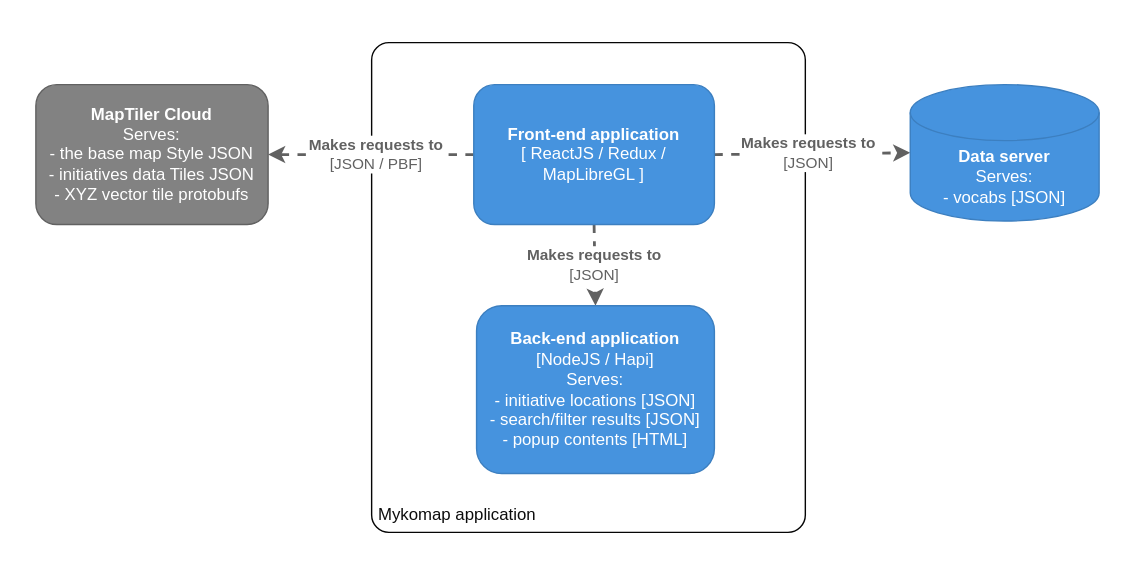
The draw.io diagram docs/images/architecture-system.drawio.svg in DigitalCommons/mykomap-monolith, before a commit. Source tidied: cells renumbered, new cells last; positions are measured from the earlier drawing's top-left corner, leaving out a move shared by most shapes.
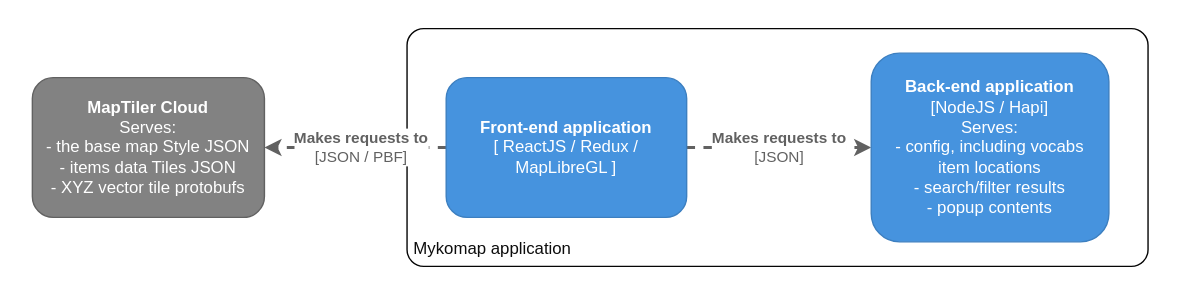
After the change.

Diff of the diagram source:
```diff
@@ -3,37 +3,29 @@
     <mxCell id="0" />
     <mxCell id="1" parent="0" />
     <mxCell id="2" style="rounded=0;whiteSpace=wrap;html=1;labelBackgroundColor=none;strokeColor=none;fontColor=#0D0D0D;fillColor=#FFFFFF;arcSize=4;align=left;verticalAlign=bottom;spacing=5;" parent="1" vertex="1">
-      <mxGeometry width="810" height="410" as="geometry" />
+      <mxGeometry width="840" height="210" as="geometry" />
     </mxCell>
-    <mxCell id="3" value="Mykomap application" style="rounded=1;whiteSpace=wrap;html=1;labelBackgroundColor=none;strokeColor=#050505;fontColor=#0D0D0D;fillColor=#FFFFFF;arcSize=4;align=left;verticalAlign=bottom;spacing=5;" parent="1" vertex="1">
-      <mxGeometry x="265" y="30" width="310" height="350" as="geometry" />
+    <mxCell id="3" value="Mykomap application" style="rounded=1;whiteSpace=wrap;html=1;labelBackgroundColor=none;strokeColor=#050505;fontColor=#0D0D0D;fillColor=#FFFFFF;arcSize=7;align=left;verticalAlign=bottom;spacing=5;" parent="1" vertex="1">
+      <mxGeometry x="290" y="20" width="530" height="170" as="geometry" />
     </mxCell>
     <object id="4" label="&lt;div style=&quot;text-align: left&quot;&gt;&lt;div style=&quot;text-align: center&quot;&gt;&lt;b&gt;%c4Description%&lt;/b&gt;&lt;/div&gt;&lt;div style=&quot;text-align: center&quot;&gt;[%c4Technology%]&lt;/div&gt;&lt;/div&gt;" c4Description="Makes requests to" c4Technology="JSON / PBF" c4Type="Relationship" placeholders="1">
       <mxCell style="edgeStyle=none;rounded=1;html=1;jettySize=auto;strokeColor=#616161;strokeWidth=2;fontColor=#616161;jumpStyle=none;dashed=1;metaData={&quot;c4Type&quot;:{&quot;editable&quot;:false}};labelBackgroundColor=#FFFFFF;exitX=0;exitY=0.5;exitDx=0;exitDy=0;entryX=1;entryY=0.5;entryDx=0;entryDy=0;" parent="1" edge="1" source="7" target="8">
         <mxGeometry x="-0.05" relative="1" as="geometry" />
       </mxCell>
     </object>
-    <object id="5" label="&lt;div style=&quot;text-align: left&quot;&gt;&lt;div style=&quot;text-align: center&quot;&gt;&lt;b&gt;%c4Description%&lt;/b&gt;&lt;/div&gt;&lt;div style=&quot;text-align: center&quot;&gt;[%c4Technology%]&lt;/div&gt;&lt;/div&gt;" c4Description="Makes requests to" c4Technology="JSON" c4Type="Relationship" placeholders="1">
-      <mxCell style="edgeStyle=none;rounded=1;html=1;jettySize=auto;strokeColor=#616161;strokeWidth=2;fontColor=#616161;jumpStyle=none;dashed=1;metaData={&quot;c4Type&quot;:{&quot;editable&quot;:false}};labelBackgroundColor=#FFFFFF;exitX=1;exitY=0.5;exitDx=0;exitDy=0;entryX=0;entryY=0.5;entryDx=0;entryDy=0;entryPerimeter=0;" parent="1" edge="1" source="7" target="10">
-        <mxGeometry x="-0.05" relative="1" as="geometry" />
-      </mxCell>
-    </object>
     <object id="6" label="&lt;div style=&quot;text-align: left&quot;&gt;&lt;div style=&quot;text-align: center&quot;&gt;&lt;b&gt;%c4Description%&lt;/b&gt;&lt;/div&gt;&lt;div style=&quot;text-align: center&quot;&gt;[%c4Technology%]&lt;/div&gt;&lt;/div&gt;" c4Description="Makes requests to" c4Technology="JSON" c4Type="Relationship" placeholders="1">
-      <mxCell style="edgeStyle=none;rounded=1;html=1;jettySize=auto;strokeColor=#616161;strokeWidth=2;fontColor=#616161;jumpStyle=none;dashed=1;metaData={&quot;c4Type&quot;:{&quot;editable&quot;:false}};labelBackgroundColor=#FFFFFF;exitX=0.5;exitY=1;exitDx=0;exitDy=0;entryX=0.5;entryY=0;entryDx=0;entryDy=0;" parent="1" edge="1" source="7" target="9">
+      <mxCell style="edgeStyle=none;rounded=1;html=1;jettySize=auto;strokeColor=#616161;strokeWidth=2;fontColor=#616161;jumpStyle=none;dashed=1;metaData={&quot;c4Type&quot;:{&quot;editable&quot;:false}};labelBackgroundColor=#FFFFFF;exitX=1;exitY=0.5;exitDx=0;exitDy=0;entryX=0;entryY=0.5;entryDx=0;entryDy=0;" parent="1" edge="1" source="7" target="9">
         <mxGeometry relative="1" as="geometry" />
       </mxCell>
     </object>
     <mxCell id="7" value="&lt;b&gt;Front-end application&lt;/b&gt;&lt;br&gt;[ ReactJS / Redux / MapLibreGL ]" style="rounded=1;whiteSpace=wrap;html=1;fillColor=#4693DE;strokeColor=#3c7fc0;fontColor=#ffffff;" parent="1" vertex="1">
-      <mxGeometry x="338" y="60" width="172" height="100" as="geometry" />
+      <mxGeometry x="318" y="55" width="172" height="100" as="geometry" />
     </mxCell>
-    <mxCell id="8" value="&lt;b&gt;MapTiler Cloud&lt;/b&gt;&lt;br&gt;Serves:&lt;br&gt;- the base map Style JSON&lt;br&gt;- initiatives data Tiles JSON&lt;br&gt;- XYZ vector tile protobufs" style="rounded=1;whiteSpace=wrap;html=1;fillColor=#828282;strokeColor=#616161;fontColor=#ffffff;" parent="1" vertex="1">
-      <mxGeometry x="25" y="60" width="166" height="100" as="geometry" />
+    <mxCell id="8" value="&lt;b&gt;MapTiler Cloud&lt;/b&gt;&lt;br&gt;Serves:&lt;br&gt;- the base map Style JSON&lt;br&gt;- items data Tiles JSON&lt;br&gt;- XYZ vector tile protobufs" style="rounded=1;whiteSpace=wrap;html=1;fillColor=#828282;strokeColor=#616161;fontColor=#ffffff;" parent="1" vertex="1">
+      <mxGeometry x="22" y="55" width="166" height="100" as="geometry" />
     </mxCell>
-    <mxCell id="9" value="&lt;b&gt;Back-end application&lt;/b&gt;&lt;br&gt;[NodeJS / Hapi]&lt;br&gt;Serves:&lt;br&gt;- initiative locations [JSON]&lt;br&gt;- search/filter results [JSON]&lt;br&gt;- popup contents [HTML]" style="rounded=1;whiteSpace=wrap;html=1;fillColor=#4693DE;strokeColor=#3c7fc0;fontColor=#ffffff;" parent="1" vertex="1">
-      <mxGeometry x="340" y="218" width="170" height="120" as="geometry" />
+    <mxCell id="9" value="&lt;b&gt;Back-end application&lt;/b&gt;&lt;br&gt;[NodeJS / Hapi]&lt;br&gt;Serves:&lt;br&gt;- config, including vocabs&lt;br&gt;item locations&lt;br&gt;- search/filter results&lt;br&gt;- popup contents" style="rounded=1;whiteSpace=wrap;html=1;fillColor=#4693DE;strokeColor=#3c7fc0;fontColor=#ffffff;" parent="1" vertex="1">
+      <mxGeometry x="622" y="37.5" width="170" height="135" as="geometry" />
     </mxCell>
-    <mxCell id="10" value="&lt;font&gt;&lt;b&gt;Data server&lt;/b&gt;&lt;br&gt;Serves:&lt;br&gt;- vocabs [JSON]&lt;br&gt;&lt;/font&gt;" style="shape=cylinder3;whiteSpace=wrap;html=1;boundedLbl=1;backgroundOutline=1;size=20;labelBackgroundColor=none;strokeColor=#3c7fc0;fontColor=#FFFFFF;fillColor=#4693DE;rounded=1;" parent="1" vertex="1">
-      <mxGeometry x="650" y="60" width="135" height="97.5" as="geometry" />
-    </mxCell>
   </root>
 </mxGraphModel>
```
